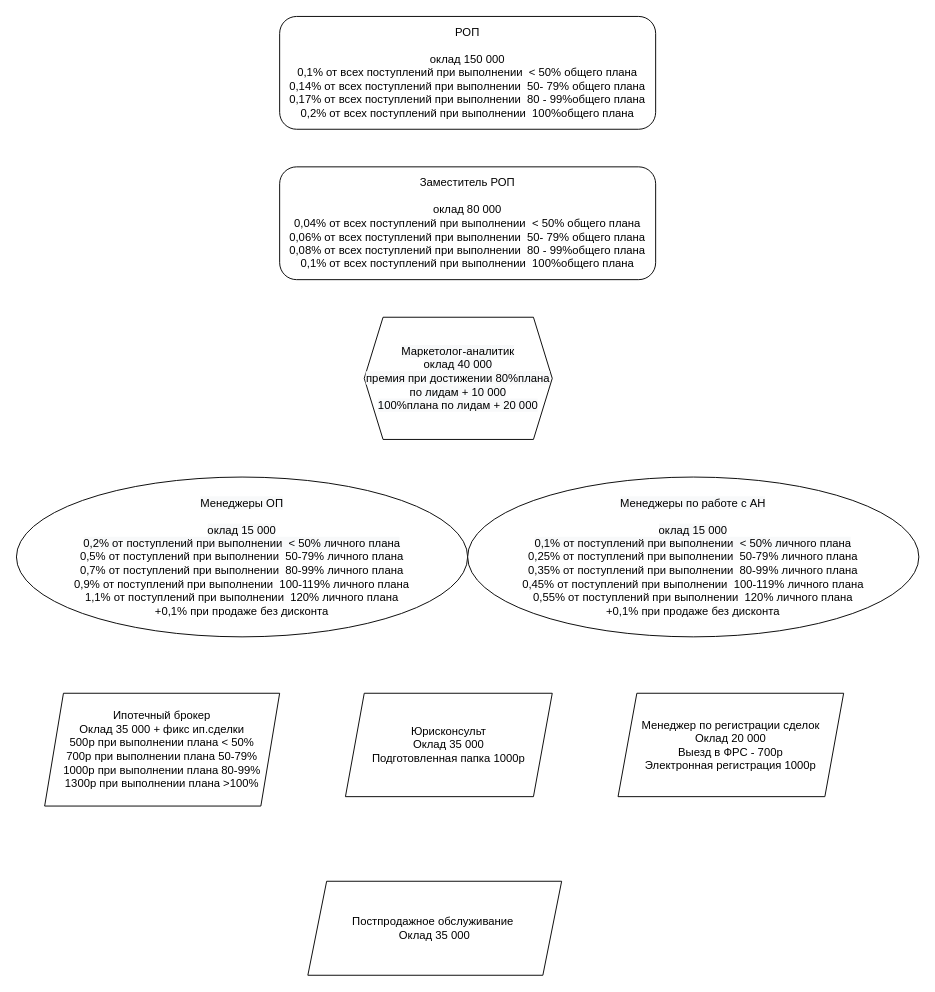
Earlier version of the draw.io diagram Untitled Diagram.drawio (alexnikbadin/repo-github). Source tidied: cells renumbered, new cells numbered last; positions are measured from the earlier drawing's top-left corner, leaving out a move shared by most shapes. Both pictures are drawn from the tidied source at 94%, with x=0, y=0 at pixel (16, 16).
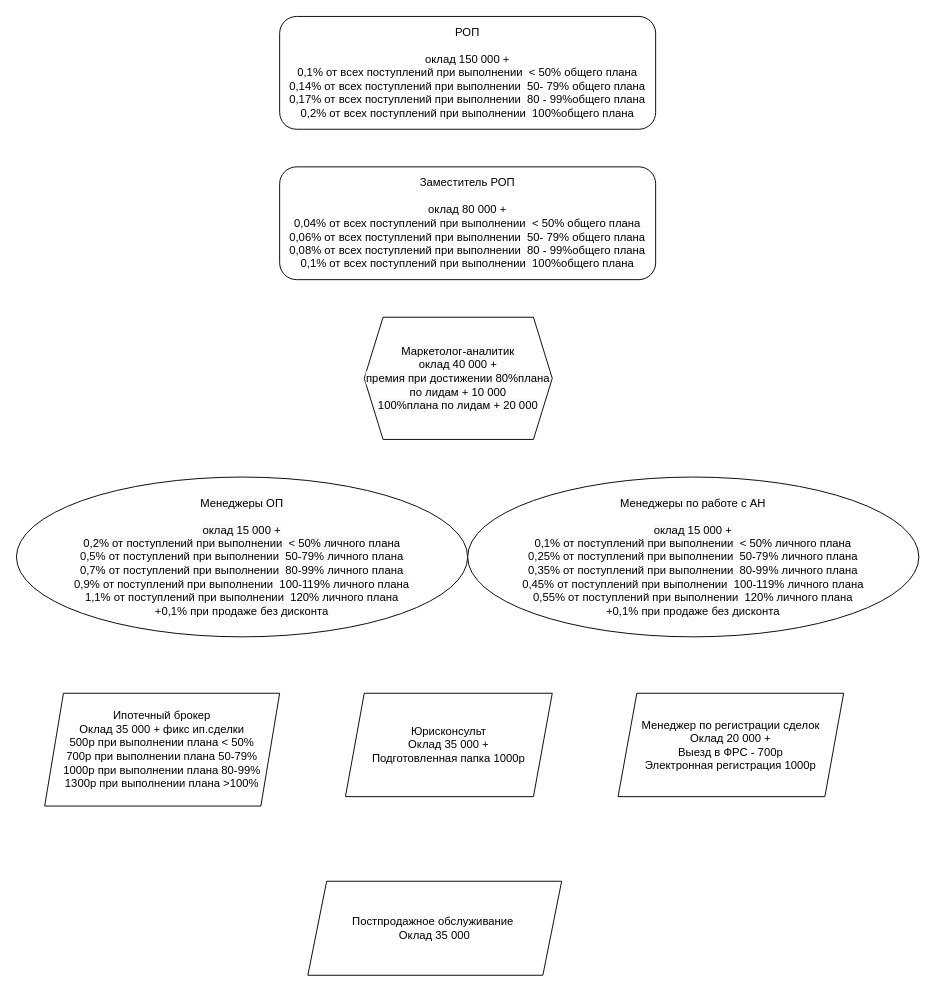
The same page after the edit.

Change to the diagram source:
```diff
@@
 <mxGraphModel>
   <root>
     <mxCell id="0" />
     <mxCell id="1" parent="0" />
-    <mxCell id="2" value="РОП&lt;br&gt;&lt;br&gt;оклад 150 000&lt;br&gt;0,1% от всех поступлений при выполнении&amp;nbsp; &amp;lt; 50% общего плана&lt;br&gt;0,14% от всех поступлений при выполнении&amp;nbsp; 50- 79% общего плана&lt;br&gt;0,17% от всех поступлений при выполнении&amp;nbsp; 80 - 99%общего&amp;nbsp;плана&lt;br&gt;0,2% от всех поступлений при выполнении&amp;nbsp; 100%общего&amp;nbsp;плана" style="rounded=1;whiteSpace=wrap;html=1;" parent="1" vertex="1">
+    <mxCell id="2" value="РОП&lt;br&gt;&lt;br&gt;оклад 150 000 +&lt;br&gt;0,1% от всех поступлений при выполнении&amp;nbsp; &amp;lt; 50% общего плана&lt;br&gt;0,14% от всех поступлений при выполнении&amp;nbsp; 50- 79% общего плана&lt;br&gt;0,17% от всех поступлений при выполнении&amp;nbsp; 80 - 99%общего&amp;nbsp;плана&lt;br&gt;0,2% от всех поступлений при выполнении&amp;nbsp; 100%общего&amp;nbsp;плана" style="rounded=1;whiteSpace=wrap;html=1;" parent="1" vertex="1">
       <mxGeometry x="280" width="400" height="120" as="geometry" />
     </mxCell>
-    <mxCell id="3" value="Заместитель РОП&lt;br&gt;&lt;br&gt;оклад 80 000&lt;br&gt;0,04% от всех поступлений при выполнении&amp;nbsp; &amp;lt; 50% общего плана&lt;br&gt;0,06% от всех поступлений при выполнении&amp;nbsp; 50- 79% общего плана&lt;br&gt;0,08% от всех поступлений при выполнении&amp;nbsp; 80 - 99%общего&amp;nbsp;плана&lt;br&gt;0,1% от всех поступлений при выполнении&amp;nbsp; 100%общего&amp;nbsp;плана" style="rounded=1;whiteSpace=wrap;html=1;" parent="1" vertex="1">
+    <mxCell id="3" value="Заместитель РОП&lt;br&gt;&lt;br&gt;оклад 80 000 +&lt;br&gt;0,04% от всех поступлений при выполнении&amp;nbsp; &amp;lt; 50% общего плана&lt;br&gt;0,06% от всех поступлений при выполнении&amp;nbsp; 50- 79% общего плана&lt;br&gt;0,08% от всех поступлений при выполнении&amp;nbsp; 80 - 99%общего&amp;nbsp;плана&lt;br&gt;0,1% от всех поступлений при выполнении&amp;nbsp; 100%общего&amp;nbsp;плана" style="rounded=1;whiteSpace=wrap;html=1;" parent="1" vertex="1">
       <mxGeometry x="280" y="160" width="400" height="120" as="geometry" />
     </mxCell>
-    <mxCell id="4" value="&lt;span style=&quot;color: rgb(0 , 0 , 0) ; font-family: &amp;#34;helvetica&amp;#34; ; font-size: 12px ; font-style: normal ; font-weight: 400 ; letter-spacing: normal ; text-align: center ; text-indent: 0px ; text-transform: none ; word-spacing: 0px ; background-color: rgb(248 , 249 , 250) ; display: inline ; float: none&quot;&gt;Менеджеры ОП&lt;/span&gt;&lt;br style=&quot;color: rgb(0 , 0 , 0) ; font-family: &amp;#34;helvetica&amp;#34; ; font-size: 12px ; font-style: normal ; font-weight: 400 ; letter-spacing: normal ; text-align: center ; text-indent: 0px ; text-transform: none ; word-spacing: 0px ; background-color: rgb(248 , 249 , 250)&quot;&gt;&lt;br style=&quot;color: rgb(0 , 0 , 0) ; font-family: &amp;#34;helvetica&amp;#34; ; font-size: 12px ; font-style: normal ; font-weight: 400 ; letter-spacing: normal ; text-align: center ; text-indent: 0px ; text-transform: none ; word-spacing: 0px ; background-color: rgb(248 , 249 , 250)&quot;&gt;&lt;span style=&quot;color: rgb(0 , 0 , 0) ; font-family: &amp;#34;helvetica&amp;#34; ; font-size: 12px ; font-style: normal ; font-weight: 400 ; letter-spacing: normal ; text-align: center ; text-indent: 0px ; text-transform: none ; word-spacing: 0px ; background-color: rgb(248 , 249 , 250) ; display: inline ; float: none&quot;&gt;оклад 15 000&lt;/span&gt;&lt;br style=&quot;color: rgb(0 , 0 , 0) ; font-family: &amp;#34;helvetica&amp;#34; ; font-size: 12px ; font-style: normal ; font-weight: 400 ; letter-spacing: normal ; text-align: center ; text-indent: 0px ; text-transform: none ; word-spacing: 0px ; background-color: rgb(248 , 249 , 250)&quot;&gt;&lt;span style=&quot;color: rgb(0 , 0 , 0) ; font-family: &amp;#34;helvetica&amp;#34; ; font-size: 12px ; font-style: normal ; font-weight: 400 ; letter-spacing: normal ; text-align: center ; text-indent: 0px ; text-transform: none ; word-spacing: 0px ; background-color: rgb(248 , 249 , 250) ; display: inline ; float: none&quot;&gt;0,2% от поступлений при выполнении&amp;nbsp; &amp;lt; 50% личного плана&lt;/span&gt;&lt;br style=&quot;color: rgb(0 , 0 , 0) ; font-family: &amp;#34;helvetica&amp;#34; ; font-size: 12px ; font-style: normal ; font-weight: 400 ; letter-spacing: normal ; text-align: center ; text-indent: 0px ; text-transform: none ; word-spacing: 0px ; background-color: rgb(248 , 249 , 250)&quot;&gt;&lt;span style=&quot;font-family: &amp;#34;helvetica&amp;#34;&quot;&gt;0,5% от поступлений при выполнении&amp;nbsp; 50-79% личного плана&lt;br&gt;&lt;/span&gt;&lt;span style=&quot;font-family: &amp;#34;helvetica&amp;#34;&quot;&gt;0,7% от поступлений при выполнении&amp;nbsp; 80-99% личного плана&lt;br&gt;&lt;/span&gt;&lt;span style=&quot;font-family: &amp;#34;helvetica&amp;#34;&quot;&gt;0,9% от поступлений при выполнении&amp;nbsp; 100-119% личного плана&lt;br&gt;&lt;/span&gt;&lt;span style=&quot;font-family: &amp;#34;helvetica&amp;#34;&quot;&gt;1,1% от поступлений при выполнении&amp;nbsp; 120% личного плана&lt;br&gt;&lt;/span&gt;&lt;span style=&quot;font-family: &amp;#34;helvetica&amp;#34;&quot;&gt;+0,1% при продаже без дисконта&lt;br&gt;&lt;/span&gt;" style="ellipse;whiteSpace=wrap;html=1;" parent="1" vertex="1">
+    <mxCell id="4" value="&lt;span style=&quot;color: rgb(0 , 0 , 0) ; font-family: &amp;#34;helvetica&amp;#34; ; font-size: 12px ; font-style: normal ; font-weight: 400 ; letter-spacing: normal ; text-align: center ; text-indent: 0px ; text-transform: none ; word-spacing: 0px ; background-color: rgb(248 , 249 , 250) ; display: inline ; float: none&quot;&gt;Менеджеры ОП&lt;/span&gt;&lt;br style=&quot;color: rgb(0 , 0 , 0) ; font-family: &amp;#34;helvetica&amp;#34; ; font-size: 12px ; font-style: normal ; font-weight: 400 ; letter-spacing: normal ; text-align: center ; text-indent: 0px ; text-transform: none ; word-spacing: 0px ; background-color: rgb(248 , 249 , 250)&quot;&gt;&lt;br style=&quot;color: rgb(0 , 0 , 0) ; font-family: &amp;#34;helvetica&amp;#34; ; font-size: 12px ; font-style: normal ; font-weight: 400 ; letter-spacing: normal ; text-align: center ; text-indent: 0px ; text-transform: none ; word-spacing: 0px ; background-color: rgb(248 , 249 , 250)&quot;&gt;&lt;span style=&quot;color: rgb(0 , 0 , 0) ; font-family: &amp;#34;helvetica&amp;#34; ; font-size: 12px ; font-style: normal ; font-weight: 400 ; letter-spacing: normal ; text-align: center ; text-indent: 0px ; text-transform: none ; word-spacing: 0px ; background-color: rgb(248 , 249 , 250) ; display: inline ; float: none&quot;&gt;оклад 15 000 +&lt;/span&gt;&lt;br style=&quot;color: rgb(0 , 0 , 0) ; font-family: &amp;#34;helvetica&amp;#34; ; font-size: 12px ; font-style: normal ; font-weight: 400 ; letter-spacing: normal ; text-align: center ; text-indent: 0px ; text-transform: none ; word-spacing: 0px ; background-color: rgb(248 , 249 , 250)&quot;&gt;&lt;span style=&quot;color: rgb(0 , 0 , 0) ; font-family: &amp;#34;helvetica&amp;#34; ; font-size: 12px ; font-style: normal ; font-weight: 400 ; letter-spacing: normal ; text-align: center ; text-indent: 0px ; text-transform: none ; word-spacing: 0px ; background-color: rgb(248 , 249 , 250) ; display: inline ; float: none&quot;&gt;0,2% от поступлений при выполнении&amp;nbsp; &amp;lt; 50% личного плана&lt;/span&gt;&lt;br style=&quot;color: rgb(0 , 0 , 0) ; font-family: &amp;#34;helvetica&amp;#34; ; font-size: 12px ; font-style: normal ; font-weight: 400 ; letter-spacing: normal ; text-align: center ; text-indent: 0px ; text-transform: none ; word-spacing: 0px ; background-color: rgb(248 , 249 , 250)&quot;&gt;&lt;span style=&quot;font-family: &amp;#34;helvetica&amp;#34;&quot;&gt;0,5% от поступлений при выполнении&amp;nbsp; 50-79% личного плана&lt;br&gt;&lt;/span&gt;&lt;span style=&quot;font-family: &amp;#34;helvetica&amp;#34;&quot;&gt;0,7% от поступлений при выполнении&amp;nbsp; 80-99% личного плана&lt;br&gt;&lt;/span&gt;&lt;span style=&quot;font-family: &amp;#34;helvetica&amp;#34;&quot;&gt;0,9% от поступлений при выполнении&amp;nbsp; 100-119% личного плана&lt;br&gt;&lt;/span&gt;&lt;span style=&quot;font-family: &amp;#34;helvetica&amp;#34;&quot;&gt;1,1% от поступлений при выполнении&amp;nbsp; 120% личного плана&lt;br&gt;&lt;/span&gt;&lt;span style=&quot;font-family: &amp;#34;helvetica&amp;#34;&quot;&gt;+0,1% при продаже без дисконта&lt;br&gt;&lt;/span&gt;" style="ellipse;whiteSpace=wrap;html=1;" parent="1" vertex="1">
       <mxGeometry y="490" width="480" height="170" as="geometry" />
     </mxCell>
     <mxCell id="5" value="Ипотечный брокер&lt;br&gt;Оклад 35 000 + фикс ип.сделки&lt;br&gt;500р при выполнении плана&amp;nbsp;&lt;span style=&quot;font-family: &amp;#34;helvetica&amp;#34;&quot;&gt;&amp;lt; 50%&lt;br&gt;&lt;/span&gt;700р при выполнении плана 5&lt;span style=&quot;font-family: &amp;#34;helvetica&amp;#34;&quot;&gt;0-79%&lt;br&gt;&lt;/span&gt;1000р при выполнении плана 80-99&lt;span style=&quot;font-family: &amp;#34;helvetica&amp;#34;&quot;&gt;%&lt;br&gt;&lt;/span&gt;1300р при выполнении плана &amp;gt;100&lt;span style=&quot;font-family: &amp;#34;helvetica&amp;#34;&quot;&gt;%&lt;/span&gt;&lt;span style=&quot;font-family: &amp;#34;helvetica&amp;#34;&quot;&gt;&lt;br&gt;&lt;/span&gt;" style="shape=parallelogram;perimeter=parallelogramPerimeter;whiteSpace=wrap;html=1;fixedSize=1;" parent="1" vertex="1">
       <mxGeometry x="30" y="720" width="250" height="120" as="geometry" />
     </mxCell>
-    <mxCell id="6" value="Юрисконсульт&lt;br&gt;Оклад 35 000&lt;br&gt;Подготовленная папка 1000р" style="shape=parallelogram;perimeter=parallelogramPerimeter;whiteSpace=wrap;html=1;fixedSize=1;" parent="1" vertex="1">
+    <mxCell id="6" value="Юрисконсульт&lt;br&gt;Оклад 35 000 +&lt;br&gt;Подготовленная папка 1000р" style="shape=parallelogram;perimeter=parallelogramPerimeter;whiteSpace=wrap;html=1;fixedSize=1;" parent="1" vertex="1">
       <mxGeometry x="350" y="720" width="220" height="110" as="geometry" />
     </mxCell>
-    <mxCell id="7" value="Менеджер по регистрации сделок&lt;br&gt;Оклад 20 000&lt;br&gt;Выезд в ФРС - 700р&lt;br&gt;Электронная регистрация 1000р" style="shape=parallelogram;perimeter=parallelogramPerimeter;whiteSpace=wrap;html=1;fixedSize=1;" parent="1" vertex="1">
+    <mxCell id="7" value="Менеджер по регистрации сделок&lt;br&gt;Оклад 20 000 +&lt;br&gt;Выезд в ФРС - 700р&lt;br&gt;Электронная регистрация 1000р" style="shape=parallelogram;perimeter=parallelogramPerimeter;whiteSpace=wrap;html=1;fixedSize=1;" parent="1" vertex="1">
       <mxGeometry x="640" y="720" width="240" height="110" as="geometry" />
     </mxCell>
-    <mxCell id="8" value="&lt;span style=&quot;color: rgb(0 , 0 , 0) ; font-family: &amp;#34;helvetica&amp;#34; ; font-size: 12px ; font-style: normal ; font-weight: 400 ; letter-spacing: normal ; text-align: center ; text-indent: 0px ; text-transform: none ; word-spacing: 0px ; background-color: rgb(248 , 249 , 250) ; display: inline ; float: none&quot;&gt;Менеджеры по работе с АН&lt;/span&gt;&lt;br style=&quot;color: rgb(0 , 0 , 0) ; font-family: &amp;#34;helvetica&amp;#34; ; font-size: 12px ; font-style: normal ; font-weight: 400 ; letter-spacing: normal ; text-align: center ; text-indent: 0px ; text-transform: none ; word-spacing: 0px ; background-color: rgb(248 , 249 , 250)&quot;&gt;&lt;br style=&quot;color: rgb(0 , 0 , 0) ; font-family: &amp;#34;helvetica&amp;#34; ; font-size: 12px ; font-style: normal ; font-weight: 400 ; letter-spacing: normal ; text-align: center ; text-indent: 0px ; text-transform: none ; word-spacing: 0px ; background-color: rgb(248 , 249 , 250)&quot;&gt;&lt;span style=&quot;color: rgb(0 , 0 , 0) ; font-family: &amp;#34;helvetica&amp;#34; ; font-size: 12px ; font-style: normal ; font-weight: 400 ; letter-spacing: normal ; text-align: center ; text-indent: 0px ; text-transform: none ; word-spacing: 0px ; background-color: rgb(248 , 249 , 250) ; display: inline ; float: none&quot;&gt;оклад 15 000&lt;/span&gt;&lt;br style=&quot;color: rgb(0 , 0 , 0) ; font-family: &amp;#34;helvetica&amp;#34; ; font-size: 12px ; font-style: normal ; font-weight: 400 ; letter-spacing: normal ; text-align: center ; text-indent: 0px ; text-transform: none ; word-spacing: 0px ; background-color: rgb(248 , 249 , 250)&quot;&gt;&lt;span style=&quot;color: rgb(0 , 0 , 0) ; font-family: &amp;#34;helvetica&amp;#34; ; font-size: 12px ; font-style: normal ; font-weight: 400 ; letter-spacing: normal ; text-align: center ; text-indent: 0px ; text-transform: none ; word-spacing: 0px ; background-color: rgb(248 , 249 , 250) ; display: inline ; float: none&quot;&gt;0,1% от поступлений при выполнении&amp;nbsp; &amp;lt; 50% личного плана&lt;/span&gt;&lt;br style=&quot;color: rgb(0 , 0 , 0) ; font-family: &amp;#34;helvetica&amp;#34; ; font-size: 12px ; font-style: normal ; font-weight: 400 ; letter-spacing: normal ; text-align: center ; text-indent: 0px ; text-transform: none ; word-spacing: 0px ; background-color: rgb(248 , 249 , 250)&quot;&gt;&lt;span style=&quot;font-family: &amp;#34;helvetica&amp;#34;&quot;&gt;0,25% от поступлений при выполнении&amp;nbsp; 50-79% личного плана&lt;br&gt;&lt;/span&gt;&lt;span style=&quot;font-family: &amp;#34;helvetica&amp;#34;&quot;&gt;0,35% от поступлений при выполнении&amp;nbsp; 80-99% личного плана&lt;br&gt;&lt;/span&gt;&lt;span style=&quot;font-family: &amp;#34;helvetica&amp;#34;&quot;&gt;0,45% от поступлений при выполнении&amp;nbsp; 100-119% личного плана&lt;br&gt;&lt;/span&gt;&lt;span style=&quot;font-family: &amp;#34;helvetica&amp;#34;&quot;&gt;0,55% от поступлений при выполнении&amp;nbsp; 120% личного плана&lt;br&gt;&lt;/span&gt;&lt;span style=&quot;font-family: &amp;#34;helvetica&amp;#34;&quot;&gt;+0,1% при продаже без дисконта&lt;br&gt;&lt;/span&gt;" style="ellipse;whiteSpace=wrap;html=1;" parent="1" vertex="1">
+    <mxCell id="8" value="&lt;span style=&quot;color: rgb(0 , 0 , 0) ; font-family: &amp;#34;helvetica&amp;#34; ; font-size: 12px ; font-style: normal ; font-weight: 400 ; letter-spacing: normal ; text-align: center ; text-indent: 0px ; text-transform: none ; word-spacing: 0px ; background-color: rgb(248 , 249 , 250) ; display: inline ; float: none&quot;&gt;Менеджеры по работе с АН&lt;/span&gt;&lt;br style=&quot;color: rgb(0 , 0 , 0) ; font-family: &amp;#34;helvetica&amp;#34; ; font-size: 12px ; font-style: normal ; font-weight: 400 ; letter-spacing: normal ; text-align: center ; text-indent: 0px ; text-transform: none ; word-spacing: 0px ; background-color: rgb(248 , 249 , 250)&quot;&gt;&lt;br style=&quot;color: rgb(0 , 0 , 0) ; font-family: &amp;#34;helvetica&amp;#34; ; font-size: 12px ; font-style: normal ; font-weight: 400 ; letter-spacing: normal ; text-align: center ; text-indent: 0px ; text-transform: none ; word-spacing: 0px ; background-color: rgb(248 , 249 , 250)&quot;&gt;&lt;span style=&quot;color: rgb(0 , 0 , 0) ; font-family: &amp;#34;helvetica&amp;#34; ; font-size: 12px ; font-style: normal ; font-weight: 400 ; letter-spacing: normal ; text-align: center ; text-indent: 0px ; text-transform: none ; word-spacing: 0px ; background-color: rgb(248 , 249 , 250) ; display: inline ; float: none&quot;&gt;оклад 15 000 +&lt;/span&gt;&lt;br style=&quot;color: rgb(0 , 0 , 0) ; font-family: &amp;#34;helvetica&amp;#34; ; font-size: 12px ; font-style: normal ; font-weight: 400 ; letter-spacing: normal ; text-align: center ; text-indent: 0px ; text-transform: none ; word-spacing: 0px ; background-color: rgb(248 , 249 , 250)&quot;&gt;&lt;span style=&quot;color: rgb(0 , 0 , 0) ; font-family: &amp;#34;helvetica&amp;#34; ; font-size: 12px ; font-style: normal ; font-weight: 400 ; letter-spacing: normal ; text-align: center ; text-indent: 0px ; text-transform: none ; word-spacing: 0px ; background-color: rgb(248 , 249 , 250) ; display: inline ; float: none&quot;&gt;0,1% от поступлений при выполнении&amp;nbsp; &amp;lt; 50% личного плана&lt;/span&gt;&lt;br style=&quot;color: rgb(0 , 0 , 0) ; font-family: &amp;#34;helvetica&amp;#34; ; font-size: 12px ; font-style: normal ; font-weight: 400 ; letter-spacing: normal ; text-align: center ; text-indent: 0px ; text-transform: none ; word-spacing: 0px ; background-color: rgb(248 , 249 , 250)&quot;&gt;&lt;span style=&quot;font-family: &amp;#34;helvetica&amp;#34;&quot;&gt;0,25% от поступлений при выполнении&amp;nbsp; 50-79% личного плана&lt;br&gt;&lt;/span&gt;&lt;span style=&quot;font-family: &amp;#34;helvetica&amp;#34;&quot;&gt;0,35% от поступлений при выполнении&amp;nbsp; 80-99% личного плана&lt;br&gt;&lt;/span&gt;&lt;span style=&quot;font-family: &amp;#34;helvetica&amp;#34;&quot;&gt;0,45% от поступлений при выполнении&amp;nbsp; 100-119% личного плана&lt;br&gt;&lt;/span&gt;&lt;span style=&quot;font-family: &amp;#34;helvetica&amp;#34;&quot;&gt;0,55% от поступлений при выполнении&amp;nbsp; 120% личного плана&lt;br&gt;&lt;/span&gt;&lt;span style=&quot;font-family: &amp;#34;helvetica&amp;#34;&quot;&gt;+0,1% при продаже без дисконта&lt;br&gt;&lt;/span&gt;" style="ellipse;whiteSpace=wrap;html=1;" parent="1" vertex="1">
       <mxGeometry x="480" y="490" width="480" height="170" as="geometry" />
     </mxCell>
     <mxCell id="9" value="Постпродажное обслуживание&amp;nbsp;&lt;br&gt;Оклад 35 000" style="shape=parallelogram;perimeter=parallelogramPerimeter;whiteSpace=wrap;html=1;fixedSize=1;" parent="1" vertex="1">
       <mxGeometry x="310" y="920" width="270" height="100" as="geometry" />
     </mxCell>
-    <mxCell id="10" value="&lt;span style=&quot;color: rgb(0 , 0 , 0) ; font-family: &amp;#34;helvetica&amp;#34; ; font-size: 12px ; font-style: normal ; font-weight: 400 ; letter-spacing: normal ; text-align: center ; text-indent: 0px ; text-transform: none ; word-spacing: 0px ; background-color: rgb(248 , 249 , 250) ; display: inline ; float: none&quot;&gt;Маркетолог-аналитик&lt;/span&gt;&lt;br style=&quot;color: rgb(0 , 0 , 0) ; font-family: &amp;#34;helvetica&amp;#34; ; font-size: 12px ; font-style: normal ; font-weight: 400 ; letter-spacing: normal ; text-align: center ; text-indent: 0px ; text-transform: none ; word-spacing: 0px ; background-color: rgb(248 , 249 , 250)&quot;&gt;&lt;span style=&quot;color: rgb(0 , 0 , 0) ; font-family: &amp;#34;helvetica&amp;#34; ; font-size: 12px ; font-style: normal ; font-weight: 400 ; letter-spacing: normal ; text-align: center ; text-indent: 0px ; text-transform: none ; word-spacing: 0px ; background-color: rgb(248 , 249 , 250) ; display: inline ; float: none&quot;&gt;оклад 40 000&lt;/span&gt;&lt;br style=&quot;color: rgb(0 , 0 , 0) ; font-family: &amp;#34;helvetica&amp;#34; ; font-size: 12px ; font-style: normal ; font-weight: 400 ; letter-spacing: normal ; text-align: center ; text-indent: 0px ; text-transform: none ; word-spacing: 0px ; background-color: rgb(248 , 249 , 250)&quot;&gt;&lt;span style=&quot;color: rgb(0 , 0 , 0) ; font-family: &amp;#34;helvetica&amp;#34; ; font-size: 12px ; font-style: normal ; font-weight: 400 ; letter-spacing: normal ; text-align: center ; text-indent: 0px ; text-transform: none ; word-spacing: 0px ; background-color: rgb(248 , 249 , 250) ; display: inline ; float: none&quot;&gt;премия при достижении 80%плана по лидам + 10 000&lt;br&gt;100%плана по лидам + 20 000&lt;br&gt;&lt;/span&gt;" style="shape=hexagon;perimeter=hexagonPerimeter2;whiteSpace=wrap;html=1;fixedSize=1;" parent="1" vertex="1">
+    <mxCell id="10" value="&lt;span style=&quot;color: rgb(0 , 0 , 0) ; font-family: &amp;#34;helvetica&amp;#34; ; font-size: 12px ; font-style: normal ; font-weight: 400 ; letter-spacing: normal ; text-align: center ; text-indent: 0px ; text-transform: none ; word-spacing: 0px ; background-color: rgb(248 , 249 , 250) ; display: inline ; float: none&quot;&gt;Маркетолог-аналитик&lt;/span&gt;&lt;br style=&quot;color: rgb(0 , 0 , 0) ; font-family: &amp;#34;helvetica&amp;#34; ; font-size: 12px ; font-style: normal ; font-weight: 400 ; letter-spacing: normal ; text-align: center ; text-indent: 0px ; text-transform: none ; word-spacing: 0px ; background-color: rgb(248 , 249 , 250)&quot;&gt;&lt;span style=&quot;color: rgb(0 , 0 , 0) ; font-family: &amp;#34;helvetica&amp;#34; ; font-size: 12px ; font-style: normal ; font-weight: 400 ; letter-spacing: normal ; text-align: center ; text-indent: 0px ; text-transform: none ; word-spacing: 0px ; background-color: rgb(248 , 249 , 250) ; display: inline ; float: none&quot;&gt;оклад 40 000 +&lt;/span&gt;&lt;br style=&quot;color: rgb(0 , 0 , 0) ; font-family: &amp;#34;helvetica&amp;#34; ; font-size: 12px ; font-style: normal ; font-weight: 400 ; letter-spacing: normal ; text-align: center ; text-indent: 0px ; text-transform: none ; word-spacing: 0px ; background-color: rgb(248 , 249 , 250)&quot;&gt;&lt;span style=&quot;color: rgb(0 , 0 , 0) ; font-family: &amp;#34;helvetica&amp;#34; ; font-size: 12px ; font-style: normal ; font-weight: 400 ; letter-spacing: normal ; text-align: center ; text-indent: 0px ; text-transform: none ; word-spacing: 0px ; background-color: rgb(248 , 249 , 250) ; display: inline ; float: none&quot;&gt;премия при достижении 80%плана по лидам + 10 000&lt;br&gt;100%плана по лидам + 20 000&lt;br&gt;&lt;/span&gt;" style="shape=hexagon;perimeter=hexagonPerimeter2;whiteSpace=wrap;html=1;fixedSize=1;" parent="1" vertex="1">
       <mxGeometry x="370" y="320" width="200" height="130" as="geometry" />
     </mxCell>
   </root>
 </mxGraphModel>
```
